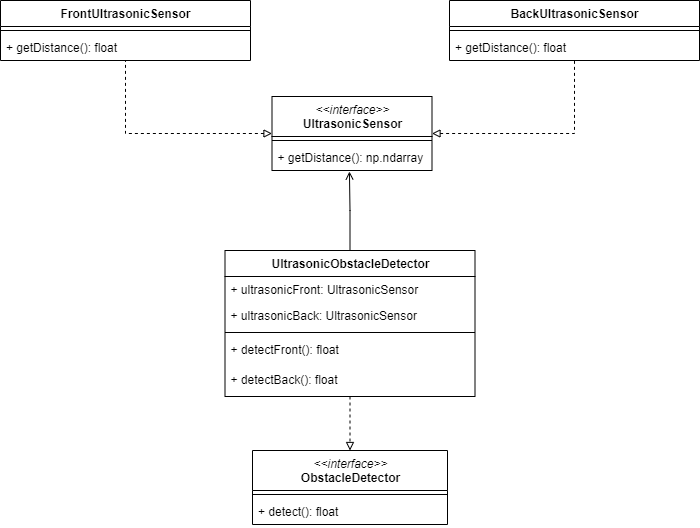
randombenj/hslu-pren2-doc keeps this draw.io diagram as img/softwarearchitektur/UML-UltrasonicObstacleDetector.png. Above is the earlier version. Source tidied: cells renumbered, new cells last; positions are measured from the earlier drawing's top-left corner, leaving out a move shared by most shapes.
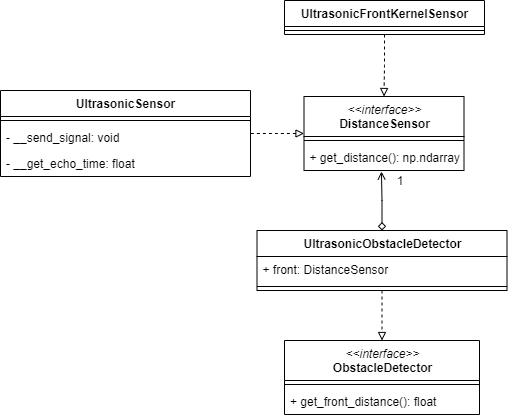
The same file after the commit.

Change to the diagram source:
```diff
@@ -3,70 +3,64 @@
     <mxCell id="0" />
     <mxCell id="1" parent="0" />
     <mxCell id="2" value="&amp;lt;&amp;lt;interface&amp;gt;&amp;gt;&lt;br&gt;&lt;span style=&quot;font-style: normal&quot;&gt;&lt;b&gt;ObstacleDetector&lt;/b&gt;&lt;/span&gt;" style="swimlane;fontStyle=2;align=center;verticalAlign=top;horizontal=1;startSize=40;html=1;" parent="1" vertex="1">
-      <mxGeometry x="252" y="450" width="195" height="74" as="geometry" />
+      <mxGeometry x="252" y="340" width="195" height="74" as="geometry" />
     </mxCell>
     <mxCell id="3" style="line;strokeWidth=1;fillColor=none;align=left;verticalAlign=middle;spacingTop=-1;spacingLeft=3;spacingRight=3;labelPosition=right;" parent="2" vertex="1">
       <mxGeometry y="40" width="195" height="8" as="geometry" />
     </mxCell>
-    <mxCell id="4" value="+ detect(): float" style="text;strokeColor=none;fillColor=none;align=left;verticalAlign=top;spacingLeft=4;spacingRight=4;overflow=hidden;" parent="2" vertex="1">
+    <mxCell id="4" value="+ get_front_distance(): float" style="text;strokeColor=none;fillColor=none;align=left;verticalAlign=top;spacingLeft=4;spacingRight=4;overflow=hidden;" parent="2" vertex="1">
       <mxGeometry y="48" width="195" height="26" as="geometry" />
     </mxCell>
-    <mxCell id="5" style="edgeStyle=orthogonalEdgeStyle;rounded=0;jettySize=auto;html=1;exitX=0.5;exitY=0;exitDx=0;exitDy=0;entryX=0.484;entryY=1.038;entryDx=0;entryDy=0;entryPerimeter=0;endArrow=open;endFill=0;" parent="1" edge="1" source="7" target="17">
+    <mxCell id="5" style="edgeStyle=orthogonalEdgeStyle;rounded=0;jettySize=auto;html=1;exitX=0.5;exitY=0;exitDx=0;exitDy=0;entryX=0.484;entryY=1.038;entryDx=0;entryDy=0;entryPerimeter=0;endArrow=open;endFill=0;startArrow=diamond;startFill=0;" parent="1" edge="1" source="7" target="17">
       <mxGeometry relative="1" as="geometry" />
     </mxCell>
     <mxCell id="6" style="edgeStyle=orthogonalEdgeStyle;rounded=0;jettySize=auto;html=1;entryX=0.5;entryY=0;entryDx=0;entryDy=0;endArrow=block;endFill=0;dashed=1;" parent="1" edge="1" source="7" target="2">
       <mxGeometry relative="1" as="geometry" />
     </mxCell>
     <mxCell id="7" value="UltrasonicObstacleDetector" style="swimlane;fontStyle=1;align=center;verticalAlign=top;horizontal=1;startSize=26;html=1;" parent="1" vertex="1">
-      <mxGeometry x="224.5" y="250" width="250" height="146" as="geometry" />
+      <mxGeometry x="224.5" y="230" width="250" height="60" as="geometry" />
     </mxCell>
-    <mxCell id="8" value="+ ultrasonicFront: UltrasonicSensor" style="text;strokeColor=none;fillColor=none;align=left;verticalAlign=top;spacingLeft=4;spacingRight=4;overflow=hidden;" parent="7" vertex="1">
+    <mxCell id="8" value="+ front: DistanceSensor" style="text;strokeColor=none;fillColor=none;align=left;verticalAlign=top;spacingLeft=4;spacingRight=4;overflow=hidden;fontStyle=0;" parent="7" vertex="1">
       <mxGeometry y="26" width="250" height="26" as="geometry" />
     </mxCell>
-    <mxCell id="9" value="+ ultrasonicBack: UltrasonicSensor" style="text;strokeColor=none;fillColor=none;align=left;verticalAlign=top;spacingLeft=4;spacingRight=4;overflow=hidden;" parent="7" vertex="1">
-      <mxGeometry y="52" width="250" height="26" as="geometry" />
-    </mxCell>
     <mxCell id="10" style="line;strokeWidth=1;fillColor=none;align=left;verticalAlign=middle;spacingTop=-1;spacingLeft=3;spacingRight=3;labelPosition=right;" parent="7" vertex="1">
-      <mxGeometry y="78" width="250" height="8" as="geometry" />
+      <mxGeometry y="52" width="250" height="8" as="geometry" />
     </mxCell>
-    <mxCell id="11" value="+ detectFront(): float" style="text;strokeColor=none;fillColor=none;align=left;verticalAlign=top;spacingLeft=4;spacingRight=4;overflow=hidden;" parent="7" vertex="1">
-      <mxGeometry y="86" width="250" height="30" as="geometry" />
-    </mxCell>
-    <mxCell id="12" value="+ detectBack(): float" style="text;strokeColor=none;fillColor=none;align=left;verticalAlign=top;spacingLeft=4;spacingRight=4;overflow=hidden;" parent="7" vertex="1">
-      <mxGeometry y="116" width="250" height="30" as="geometry" />
-    </mxCell>
     <mxCell id="13" style="edgeStyle=orthogonalEdgeStyle;rounded=0;jettySize=auto;html=1;exitX=0;exitY=0.5;exitDx=0;exitDy=0;dashed=1;startArrow=block;startFill=0;endArrow=none;endFill=0;" parent="1" edge="1" source="15" target="18">
       <mxGeometry relative="1" as="geometry" />
     </mxCell>
-    <mxCell id="14" style="edgeStyle=orthogonalEdgeStyle;rounded=0;jettySize=auto;html=1;exitX=1;exitY=0.5;exitDx=0;exitDy=0;dashed=1;endArrow=none;endFill=0;startArrow=block;startFill=0;" parent="1" edge="1" source="15" target="21">
-      <mxGeometry relative="1" as="geometry" />
-    </mxCell>
-    <mxCell id="15" value="&amp;lt;&amp;lt;interface&amp;gt;&amp;gt;&lt;br&gt;&lt;span style=&quot;font-style: normal&quot;&gt;&lt;b&gt;UltrasonicSensor&lt;/b&gt;&lt;/span&gt;" style="swimlane;fontStyle=2;align=center;verticalAlign=top;horizontal=1;startSize=40;html=1;" parent="1" vertex="1">
+    <mxCell id="15" value="&amp;lt;&amp;lt;interface&amp;gt;&amp;gt;&lt;br&gt;&lt;span style=&quot;font-style: normal&quot;&gt;&lt;b&gt;DistanceSensor&lt;/b&gt;&lt;/span&gt;" style="swimlane;fontStyle=2;align=center;verticalAlign=top;horizontal=1;startSize=40;html=1;" parent="1" vertex="1">
       <mxGeometry x="271.5" y="96" width="160" height="74" as="geometry" />
     </mxCell>
     <mxCell id="16" style="line;strokeWidth=1;fillColor=none;align=left;verticalAlign=middle;spacingTop=-1;spacingLeft=3;spacingRight=3;labelPosition=right;" parent="15" vertex="1">
       <mxGeometry y="40" width="160" height="8" as="geometry" />
     </mxCell>
-    <mxCell id="17" value="+ getDistance(): np.ndarray" style="text;strokeColor=none;fillColor=none;align=left;verticalAlign=top;spacingLeft=4;spacingRight=4;overflow=hidden;points=[[0,0.5],[1,0.5]];portConstraint=eastwest;" parent="15" vertex="1">
+    <mxCell id="17" value="+ get_distance(): np.ndarray" style="text;strokeColor=none;fillColor=none;align=left;verticalAlign=top;spacingLeft=4;spacingRight=4;overflow=hidden;points=[[0,0.5],[1,0.5]];portConstraint=eastwest;" parent="15" vertex="1">
       <mxGeometry y="48" width="160" height="26" as="geometry" />
     </mxCell>
-    <mxCell id="18" value="FrontUltrasonicSensor" style="swimlane;fontStyle=1;align=center;verticalAlign=top;horizontal=1;startSize=26;html=1;" parent="1" vertex="1">
-      <mxGeometry width="250" height="60" as="geometry" />
+    <mxCell id="18" value="UltrasonicSensor" style="swimlane;fontStyle=1;align=center;verticalAlign=top;horizontal=1;startSize=26;html=1;" parent="1" vertex="1">
+      <mxGeometry x="-32" y="90" width="250" height="86" as="geometry" />
     </mxCell>
     <mxCell id="19" style="line;strokeWidth=1;fillColor=none;align=left;verticalAlign=middle;spacingTop=-1;spacingLeft=3;spacingRight=3;labelPosition=right;" parent="18" vertex="1">
       <mxGeometry y="26" width="250" height="8" as="geometry" />
     </mxCell>
-    <mxCell id="20" value="+ getDistance(): float" style="text;strokeColor=none;fillColor=none;align=left;verticalAlign=top;spacingLeft=4;spacingRight=4;overflow=hidden;" parent="18" vertex="1">
-      <mxGeometry y="34" width="250" height="26" as="geometry" />
-    </mxCell>
-    <mxCell id="21" value="BackUltrasonicSensor" style="swimlane;fontStyle=1;align=center;verticalAlign=top;horizontal=1;startSize=26;html=1;" parent="1" vertex="1">
-      <mxGeometry x="449" width="250" height="60" as="geometry" />
-    </mxCell>
-    <mxCell id="22" style="line;strokeWidth=1;fillColor=none;align=left;verticalAlign=middle;spacingTop=-1;spacingLeft=3;spacingRight=3;labelPosition=right;" parent="21" vertex="1">
-      <mxGeometry y="26" width="250" height="8" as="geometry" />
-    </mxCell>
-    <mxCell id="23" value="+ getDistance(): float" style="text;strokeColor=none;fillColor=none;align=left;verticalAlign=top;spacingLeft=4;spacingRight=4;overflow=hidden;" parent="21" vertex="1">
-      <mxGeometry y="34" width="250" height="26" as="geometry" />
-    </mxCell>
+    <mxCell id="24" value="- __send_signal: void" style="text;strokeColor=none;fillColor=none;align=left;verticalAlign=top;spacingLeft=4;spacingRight=4;overflow=hidden;" parent="18" vertex="1">
+      <mxGeometry y="34" width="250" height="26" as="geometry" />
+    </mxCell>
+    <mxCell id="25" value="- __get_echo_time: float" style="text;strokeColor=none;fillColor=none;align=left;verticalAlign=top;spacingLeft=4;spacingRight=4;overflow=hidden;" parent="18" vertex="1">
+      <mxGeometry y="60" width="250" height="26" as="geometry" />
+    </mxCell>
+    <mxCell id="26" value="1" style="text;html=1;strokeColor=none;fillColor=none;align=center;verticalAlign=middle;whiteSpace=wrap;rounded=0;" parent="1" vertex="1">
+      <mxGeometry x="358" y="170" width="20" height="20" as="geometry" />
+    </mxCell>
+    <mxCell id="27" style="edgeStyle=orthogonalEdgeStyle;rounded=0;jettySize=auto;html=1;entryX=0.5;entryY=0;entryDx=0;entryDy=0;dashed=1;endArrow=block;endFill=0;" parent="1" edge="1" source="28" target="15">
+      <mxGeometry relative="1" as="geometry" />
+    </mxCell>
+    <mxCell id="28" value="UltrasonicFrontKernelSensor" style="swimlane;fontStyle=1;align=center;verticalAlign=top;horizontal=1;startSize=26;html=1;" parent="1" vertex="1">
+      <mxGeometry x="252" width="200" height="34" as="geometry" />
+    </mxCell>
+    <mxCell id="29" style="line;strokeWidth=1;fillColor=none;align=left;verticalAlign=middle;spacingTop=-1;spacingLeft=3;spacingRight=3;labelPosition=right;" parent="28" vertex="1">
+      <mxGeometry y="26" width="200" height="8" as="geometry" />
+    </mxCell>
   </root>
 </mxGraphModel>
```
